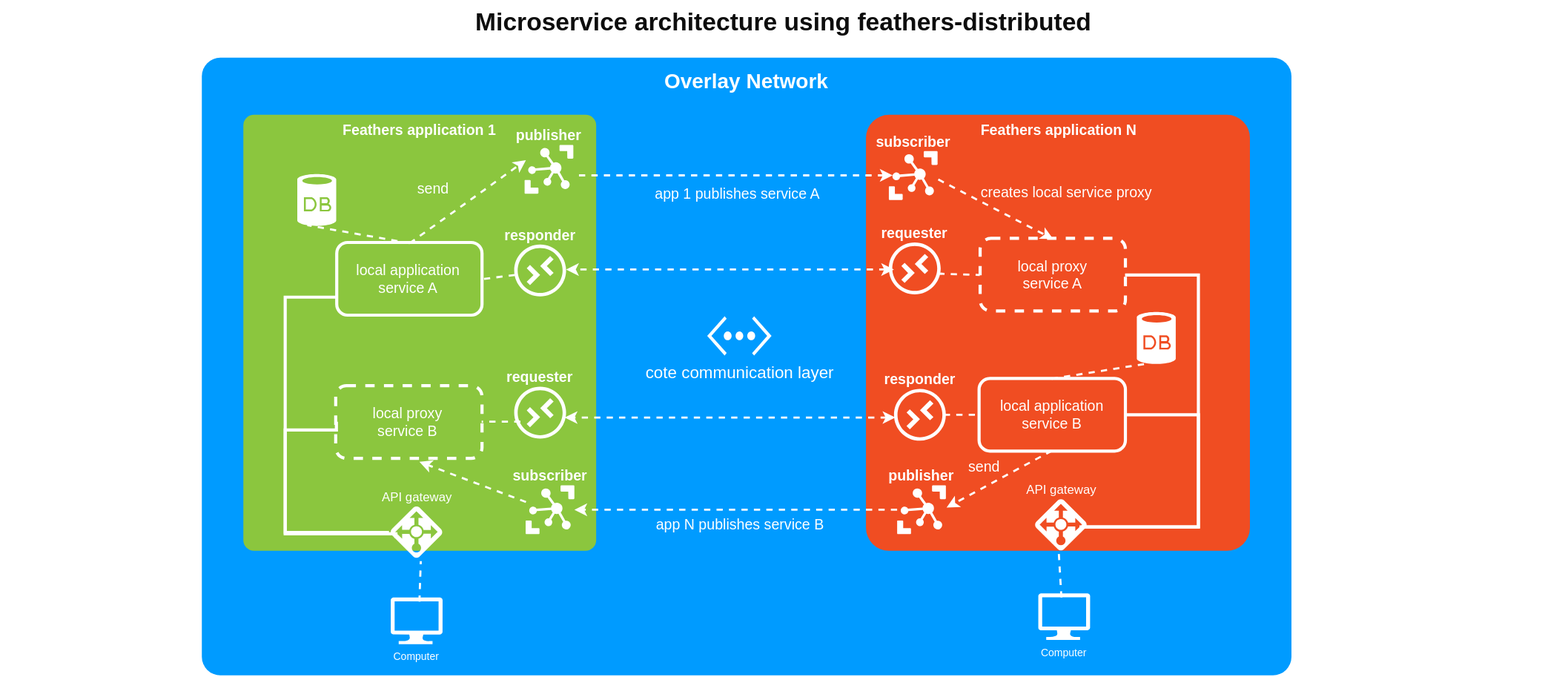
kalisio/feathers-distributed keeps this draw.io diagram as Architecture Diagram.svg. Above is the earlier version. Source tidied: cells renumbered, new cells last; positions are measured from the earlier drawing's top-left corner, leaving out a move shared by most shapes. Source of this version:
```xml
<mxGraphModel>
  <root>
    <mxCell id="0" style="html=1;" />
    <mxCell id="1" style="html=1;" parent="0" />
    <mxCell id="2" value="Overlay Network" style="whiteSpace=wrap;html=1;rounded=1;shadow=0;strokeColor=none;strokeWidth=2;fillColor=#009BFF;fontSize=20;fontColor=#FFFFFF;align=center;arcSize=3;verticalAlign=top;spacingTop=4;fontStyle=1;" parent="1" vertex="1">
      <mxGeometry x="194" y="55" width="1050" height="595" as="geometry" />
    </mxCell>
    <mxCell id="3" value="&lt;span&gt;&lt;font color=&quot;#ffffff&quot; style=&quot;font-size: 14px&quot;&gt;Feathers application 1&lt;/font&gt;&lt;/span&gt;" style="rounded=1;whiteSpace=wrap;html=1;shadow=0;strokeWidth=2;fillColor=#8BC63E;fontSize=14;fontColor=#000000;align=center;strokeColor=none;arcSize=3;verticalAlign=top;fontStyle=1;" parent="1" vertex="1">
      <mxGeometry x="234" y="110" width="340" height="420" as="geometry" />
    </mxCell>
    <mxCell id="4" value="Feathers application N" style="rounded=1;whiteSpace=wrap;html=1;shadow=0;strokeWidth=2;fillColor=#F04D22;fontSize=14;fontColor=#FFFFFF;align=center;strokeColor=none;arcSize=6;verticalAlign=top;fontStyle=1;" parent="1" vertex="1">
      <mxGeometry x="834" y="110" width="370" height="420" as="geometry" />
    </mxCell>
    <mxCell id="5" value="local proxy&lt;div&gt;service B&lt;/div&gt;" style="rounded=1;whiteSpace=wrap;html=1;shadow=0;strokeWidth=3;fillColor=none;fontSize=14;fontColor=#FFFFFF;align=center;strokeColor=#FFFFFF;dashed=1;" parent="1" vertex="1">
      <mxGeometry x="323" y="371" width="141" height="70" as="geometry" />
    </mxCell>
    <mxCell id="6" value="API gateway" style="shadow=0;dashed=0;html=1;strokeColor=none;labelPosition=center;verticalLabelPosition=top;verticalAlign=bottom;shape=mxgraph.mscae.cloud.azure_load_balancer_feature;fillColor=#FFFFFF;rounded=1;fontSize=12;fontColor=#FFFFFF;align=center;" parent="1" vertex="1">
      <mxGeometry x="376" y="487" width="50" height="50" as="geometry" />
    </mxCell>
    <mxCell id="7" style="edgeStyle=orthogonalEdgeStyle;rounded=0;elbow=vertical;html=1;startArrow=none;startFill=0;startSize=10;endArrow=none;endFill=0;endSize=10;strokeColor=#FFFFFF;strokeWidth=3;fontSize=20;fontColor=#FFFFFF;entryX=0;entryY=0.5;" parent="1" edge="1" target="5">
      <mxGeometry relative="1" as="geometry">
        <mxPoint x="374" y="512" as="sourcePoint" />
        <Array as="points">
          <mxPoint x="274" y="512" />
          <mxPoint x="274" y="414" />
        </Array>
      </mxGeometry>
    </mxCell>
    <mxCell id="8" style="edgeStyle=orthogonalEdgeStyle;rounded=0;elbow=vertical;html=1;startArrow=none;startFill=0;startSize=10;endArrow=none;endFill=0;endSize=10;strokeColor=#FFFFFF;strokeWidth=3;fontSize=20;fontColor=#FFFFFF;exitX=0.107;exitY=0.613;exitPerimeter=0;entryX=0;entryY=0.5;" parent="1" edge="1">
      <mxGeometry relative="1" as="geometry">
        <mxPoint x="381" y="517.7" as="sourcePoint" />
        <mxPoint x="323.7" y="285.7" as="targetPoint" />
        <Array as="points">
          <mxPoint x="274" y="514" />
          <mxPoint x="274" y="286" />
        </Array>
      </mxGeometry>
    </mxCell>
    <mxCell id="9" value="Computer" style="verticalLabelPosition=bottom;html=1;verticalAlign=top;strokeColor=none;fillColor=#FFFFFF;shape=mxgraph.azure.computer;rounded=0;shadow=0;fontSize=10;fontColor=#FFFFFF;align=center;labelPosition=center;" parent="1" vertex="1">
      <mxGeometry x="376" y="575" width="50" height="45" as="geometry" />
    </mxCell>
    <mxCell id="10" value="Microservice architecture using feathers-distributed" style="text;strokeColor=none;fillColor=none;html=1;fontSize=24;fontStyle=1;verticalAlign=middle;align=center;rounded=0;shadow=0;fontColor=#0D0D0D;" parent="1" vertex="1">
      <mxGeometry width="1510" height="40" as="geometry" />
    </mxCell>
    <mxCell id="11" value="local application&lt;div&gt;service A&lt;/div&gt;" style="rounded=1;whiteSpace=wrap;html=1;shadow=0;strokeWidth=3;fillColor=none;fontSize=14;fontColor=#FFFFFF;align=center;strokeColor=#FFFFFF;" parent="1" vertex="1">
      <mxGeometry x="324" y="233" width="140" height="70" as="geometry" />
    </mxCell>
    <mxCell id="12" style="verticalLabelPosition=bottom;html=1;verticalAlign=top;strokeColor=none;fillColor=#ffffff;shape=mxgraph.azure.database;shadow=0;dashed=1;labelBackgroundColor=none;fontSize=36;fontColor=#0D0D0D;align=center;" parent="1" vertex="1">
      <mxGeometry x="286" y="167" width="37.5" height="50" as="geometry" />
    </mxCell>
    <mxCell id="13" value="Computer" style="verticalLabelPosition=bottom;html=1;verticalAlign=top;strokeColor=none;fillColor=#FFFFFF;shape=mxgraph.azure.computer;rounded=0;shadow=0;fontSize=10;fontColor=#FFFFFF;align=center;labelPosition=center;" parent="1" vertex="1">
      <mxGeometry x="1000" y="571" width="50" height="45" as="geometry" />
    </mxCell>
    <mxCell id="14" style="endArrow=none;dashed=1;html=1;strokeColor=#FFFFFF;strokeWidth=2;fontSize=36;fontColor=#FFFFFF;fillColor=#ffffff;entryX=0.267;entryY=0.98;entryPerimeter=0;exitX=0.5;exitY=0;" parent="1" edge="1" source="11" target="12">
      <mxGeometry relative="1" as="geometry" />
    </mxCell>
    <mxCell id="15" value="responder" style="shadow=0;dashed=0;html=1;strokeColor=none;labelPosition=center;verticalLabelPosition=top;verticalAlign=bottom;shape=mxgraph.mscae.cloud.remoteapp;fillColor=#FFFFFF;labelBackgroundColor=none;fontSize=14;fontColor=#FFFFFF;align=center;fontStyle=1;horizontal=1;" parent="1" vertex="1">
      <mxGeometry x="495" y="235" width="50" height="50" as="geometry" />
    </mxCell>
    <mxCell id="16" value="cote communication layer" style="verticalLabelPosition=bottom;html=1;verticalAlign=top;strokeColor=none;fillColor=#ffffff;shape=mxgraph.azure.virtual_network;shadow=0;dashed=1;labelBackgroundColor=none;fontSize=16;fontColor=#FFFFFF;align=center;perimeterSpacing=0;strokeWidth=1;" parent="1" vertex="1">
      <mxGeometry x="681" y="304" width="62" height="38" as="geometry" />
    </mxCell>
    <mxCell id="17" value="requester" style="shadow=0;dashed=0;html=1;strokeColor=none;labelPosition=center;verticalLabelPosition=top;verticalAlign=bottom;shape=mxgraph.mscae.cloud.remoteapp;fillColor=#FFFFFF;labelBackgroundColor=none;fontSize=14;fontColor=#FFFFFF;align=center;fontStyle=1;horizontal=1;" parent="1" vertex="1">
      <mxGeometry x="495" y="372" width="50" height="50" as="geometry" />
    </mxCell>
    <mxCell id="18" style="endArrow=none;dashed=1;html=1;strokeColor=#FFFFFF;strokeWidth=2;fontSize=36;fontColor=#FFFFFF;fillColor=#ffffff;entryX=1;entryY=0.5;exitX=0.12;exitY=0.66;exitPerimeter=0;" parent="1" edge="1" source="17" target="5">
      <mxGeometry relative="1" as="geometry" />
    </mxCell>
    <mxCell id="19" style="endArrow=none;dashed=1;html=1;strokeColor=#FFFFFF;strokeWidth=2;fontSize=36;fontColor=#FFFFFF;fillColor=#ffffff;entryX=1;entryY=0.5;exitX=0.013;exitY=0.587;exitPerimeter=0;" parent="1" edge="1" source="15" target="11">
      <mxGeometry relative="1" as="geometry" />
    </mxCell>
    <mxCell id="20" value="local application&lt;div&gt;service B&lt;/div&gt;" style="rounded=1;whiteSpace=wrap;html=1;shadow=0;strokeWidth=3;fillColor=none;fontSize=14;fontColor=#FFFFFF;align=center;strokeColor=#FFFFFF;" parent="1" vertex="1">
      <mxGeometry x="943" y="364" width="141" height="70" as="geometry" />
    </mxCell>
    <mxCell id="21" value="API gateway" style="shadow=0;dashed=0;html=1;strokeColor=none;labelPosition=center;verticalLabelPosition=top;verticalAlign=bottom;shape=mxgraph.mscae.cloud.azure_load_balancer_feature;fillColor=#FFFFFF;rounded=1;fontSize=12;fontColor=#FFFFFF;align=center;" parent="1" vertex="1">
      <mxGeometry x="997" y="480" width="50" height="50" as="geometry" />
    </mxCell>
    <mxCell id="22" style="edgeStyle=orthogonalEdgeStyle;rounded=0;elbow=vertical;html=1;startArrow=none;startFill=0;startSize=10;endArrow=none;endFill=0;endSize=10;strokeColor=#FFFFFF;strokeWidth=3;fontSize=20;fontColor=#FFFFFF;entryX=1;entryY=0.5;exitX=0.933;exitY=0.54;exitPerimeter=0;" parent="1" edge="1" source="21" target="20">
      <mxGeometry relative="1" as="geometry">
        <Array as="points">
          <mxPoint x="1154" y="507" />
          <mxPoint x="1154" y="399" />
        </Array>
      </mxGeometry>
    </mxCell>
    <mxCell id="23" style="edgeStyle=orthogonalEdgeStyle;rounded=0;elbow=vertical;html=1;startArrow=none;startFill=0;startSize=10;endArrow=none;endFill=0;endSize=10;strokeColor=#FFFFFF;strokeWidth=3;fontSize=20;fontColor=#FFFFFF;exitX=0.853;exitY=0.54;exitPerimeter=0;entryX=1;entryY=0.5;" parent="1" edge="1" source="21" target="24">
      <mxGeometry relative="1" as="geometry">
        <Array as="points">
          <mxPoint x="1154" y="507" />
          <mxPoint x="1154" y="264" />
        </Array>
      </mxGeometry>
    </mxCell>
    <mxCell id="24" value="local proxy&lt;div&gt;service A&lt;/div&gt;" style="rounded=1;whiteSpace=wrap;html=1;shadow=0;strokeWidth=3;fillColor=none;fontSize=14;fontColor=#FFFFFF;align=center;strokeColor=#FFFFFF;dashed=1;" parent="1" vertex="1">
      <mxGeometry x="944" y="229" width="140" height="70" as="geometry" />
    </mxCell>
    <mxCell id="25" style="verticalLabelPosition=bottom;html=1;verticalAlign=top;strokeColor=none;fillColor=#ffffff;shape=mxgraph.azure.database;shadow=0;dashed=1;labelBackgroundColor=none;fontSize=36;fontColor=#0D0D0D;align=center;" parent="1" vertex="1">
      <mxGeometry x="1095" y="300" width="37.5" height="50" as="geometry" />
    </mxCell>
    <mxCell id="26" style="endArrow=none;dashed=1;html=1;strokeColor=#FFFFFF;strokeWidth=2;fontSize=36;fontColor=#FFFFFF;fillColor=#ffffff;entryX=0.267;entryY=0.98;entryPerimeter=0;exitX=0.5;exitY=0;" parent="1" edge="1" source="20" target="25">
      <mxGeometry relative="1" as="geometry" />
    </mxCell>
    <mxCell id="27" value="requester" style="shadow=0;dashed=0;html=1;strokeColor=none;labelPosition=center;verticalLabelPosition=top;verticalAlign=bottom;shape=mxgraph.mscae.cloud.remoteapp;fillColor=#FFFFFF;labelBackgroundColor=none;fontSize=14;fontColor=#FFFFFF;align=center;fontStyle=1;horizontal=1;" parent="1" vertex="1">
      <mxGeometry x="856" y="233" width="50" height="50" as="geometry" />
    </mxCell>
    <mxCell id="28" value="responder" style="shadow=0;dashed=0;html=1;strokeColor=none;labelPosition=center;verticalLabelPosition=top;verticalAlign=bottom;shape=mxgraph.mscae.cloud.remoteapp;fillColor=#FFFFFF;labelBackgroundColor=none;fontSize=14;fontColor=#FFFFFF;align=center;fontStyle=1;horizontal=1;" parent="1" vertex="1">
      <mxGeometry x="861" y="374" width="50" height="50" as="geometry" />
    </mxCell>
    <mxCell id="29" style="endArrow=none;dashed=1;html=1;strokeColor=#FFFFFF;strokeWidth=2;fontSize=36;fontColor=#FFFFFF;fillColor=#ffffff;entryX=0;entryY=0.5;exitX=0.967;exitY=0.5;exitPerimeter=0;" parent="1" edge="1" source="28" target="20">
      <mxGeometry relative="1" as="geometry" />
    </mxCell>
    <mxCell id="30" style="endArrow=none;dashed=1;html=1;strokeColor=#FFFFFF;strokeWidth=2;fontSize=36;fontColor=#FFFFFF;fillColor=#ffffff;entryX=0;entryY=0.5;exitX=0.953;exitY=0.613;exitPerimeter=0;" parent="1" edge="1" source="27" target="24">
      <mxGeometry relative="1" as="geometry" />
    </mxCell>
    <mxCell id="31" style="endArrow=none;dashed=1;html=1;strokeColor=#FFFFFF;strokeWidth=2;fontSize=36;fontColor=#FFFFFF;fillColor=#ffffff;exitX=0.553;exitY=0.089;exitPerimeter=0;" parent="1" edge="1" source="9">
      <mxGeometry relative="1" as="geometry">
        <mxPoint x="405" y="540" as="targetPoint" />
      </mxGeometry>
    </mxCell>
    <mxCell id="32" style="endArrow=none;dashed=1;html=1;strokeColor=#FFFFFF;strokeWidth=2;fontSize=36;fontColor=#FFFFFF;fillColor=#ffffff;exitX=0.447;exitY=0.089;exitPerimeter=0;entryX=0.5;entryY=1;" parent="1" edge="1" source="13" target="4">
      <mxGeometry relative="1" as="geometry" />
    </mxCell>
    <mxCell id="33" style="edgeStyle=orthogonalEdgeStyle;rounded=0;html=1;dashed=1;startArrow=none;startFill=0;endArrow=classic;endFill=1;jettySize=auto;strokeColor=#FFFFFF;strokeWidth=2;fontSize=14;fontColor=#FFFFFF;" parent="1" edge="1" source="35" target="36">
      <mxGeometry relative="1" as="geometry" />
    </mxCell>
    <mxCell id="34" value="&lt;span&gt;app N publishes service B&lt;/span&gt;" style="text;html=1;align=center;verticalAlign=top;labelBackgroundColor=none;fontSize=14;fontColor=#FFFFFF;labelPosition=center;verticalLabelPosition=top;" parent="33" vertex="1">
      <mxGeometry x="-0.02" y="-1" relative="1" as="geometry" />
    </mxCell>
    <mxCell id="35" value="publisher" style="shadow=0;dashed=0;html=1;strokeColor=none;labelPosition=center;verticalLabelPosition=top;verticalAlign=bottom;shape=mxgraph.mscae.cloud.iot;fillColor=#FFFFFF;labelBackgroundColor=none;fontSize=14;fontColor=#FFFFFF;align=center;fontStyle=1;" parent="1" vertex="1">
      <mxGeometry x="864" y="467" width="47" height="47" as="geometry" />
    </mxCell>
    <mxCell id="36" value="subscriber" style="shadow=0;dashed=0;html=1;strokeColor=none;labelPosition=center;verticalLabelPosition=top;verticalAlign=bottom;shape=mxgraph.mscae.cloud.iot;fillColor=#FFFFFF;labelBackgroundColor=none;fontSize=14;fontColor=#FFFFFF;align=center;fontStyle=1;" parent="1" vertex="1">
      <mxGeometry x="506" y="467" width="47" height="47" as="geometry" />
    </mxCell>
    <mxCell id="37" style="edgeStyle=orthogonalEdgeStyle;rounded=0;html=1;dashed=1;startArrow=classic;startFill=1;endArrow=classic;endFill=1;jettySize=auto;strokeColor=#FFFFFF;strokeWidth=2;fontSize=14;fontColor=#FFFFFF;exitX=0.027;exitY=0.553;exitPerimeter=0;entryX=0.973;entryY=0.593;entryPerimeter=0;" parent="1" edge="1" source="28" target="17">
      <mxGeometry relative="1" as="geometry" />
    </mxCell>
    <mxCell id="38" style="edgeStyle=orthogonalEdgeStyle;rounded=0;html=1;dashed=1;startArrow=classic;startFill=1;endArrow=classic;endFill=1;jettySize=auto;strokeColor=#FFFFFF;strokeWidth=2;fontSize=14;fontColor=#FFFFFF;exitX=0.1;exitY=0.527;exitPerimeter=0;entryX=1;entryY=0.48;entryPerimeter=0;" parent="1" edge="1" source="27" target="15">
      <mxGeometry relative="1" as="geometry" />
    </mxCell>
    <mxCell id="39" value="subscriber" style="shadow=0;dashed=0;html=1;strokeColor=none;labelPosition=center;verticalLabelPosition=top;verticalAlign=bottom;shape=mxgraph.mscae.cloud.iot;fillColor=#FFFFFF;labelBackgroundColor=none;fontSize=14;fontColor=#FFFFFF;align=center;fontStyle=1;" parent="1" vertex="1">
      <mxGeometry x="856" y="145" width="47" height="47" as="geometry" />
    </mxCell>
    <mxCell id="40" value="publisher" style="shadow=0;dashed=0;html=1;strokeColor=none;labelPosition=center;verticalLabelPosition=top;verticalAlign=bottom;shape=mxgraph.mscae.cloud.iot;fillColor=#FFFFFF;labelBackgroundColor=none;fontSize=14;fontColor=#FFFFFF;align=center;fontStyle=1;" parent="1" vertex="1">
      <mxGeometry x="505" y="139" width="47" height="47" as="geometry" />
    </mxCell>
    <mxCell id="41" style="edgeStyle=orthogonalEdgeStyle;rounded=0;html=1;dashed=1;startArrow=classic;startFill=1;endArrow=none;endFill=0;jettySize=auto;strokeColor=#FFFFFF;strokeWidth=2;fontSize=14;fontColor=#FFFFFF;exitX=0.078;exitY=0.496;exitPerimeter=0;entryX=1.021;entryY=0.631;entryPerimeter=0;" parent="1" edge="1" source="39" target="40">
      <mxGeometry relative="1" as="geometry" />
    </mxCell>
    <mxCell id="42" value="app 1 publishes service A" style="text;html=1;align=center;verticalAlign=top;labelBackgroundColor=none;fontSize=14;fontColor=#FFFFFF;labelPosition=center;verticalLabelPosition=top;" parent="41" vertex="1">
      <mxGeometry x="-0.03" y="3" relative="1" as="geometry" />
    </mxCell>
    <mxCell id="43" style="endArrow=classic;html=1;dashed=1;strokeColor=#FFFFFF;strokeWidth=2;fontSize=14;fontColor=#FFFFFF;exitX=1.014;exitY=0.582;exitPerimeter=0;entryX=0.5;entryY=0;" parent="1" edge="1" source="39" target="24">
      <mxGeometry relative="1" as="geometry" />
    </mxCell>
    <mxCell id="44" value="creates local service proxy" style="text;html=1;align=left;verticalAlign=bottom;labelBackgroundColor=none;fontSize=14;fontColor=#FFFFFF;labelPosition=right;verticalLabelPosition=middle;" parent="43" vertex="1">
      <mxGeometry x="-0.28" y="1" relative="1" as="geometry">
        <mxPoint x="-1" as="offset" />
      </mxGeometry>
    </mxCell>
    <mxCell id="45" style="endArrow=classic;html=1;dashed=1;strokeColor=#FFFFFF;strokeWidth=2;fontSize=14;fontColor=#FFFFFF;exitX=0.007;exitY=0.34;exitPerimeter=0;entryX=0.572;entryY=1.048;entryPerimeter=0;" parent="1" edge="1" source="36" target="5">
      <mxGeometry relative="1" as="geometry" />
    </mxCell>
    <mxCell id="46" style="endArrow=classic;html=1;dashed=1;strokeColor=#FFFFFF;strokeWidth=2;fontSize=14;fontColor=#FFFFFF;exitX=0.5;exitY=0;entryX=0.028;entryY=0.312;entryPerimeter=0;labelPosition=center;verticalLabelPosition=top;align=center;verticalAlign=bottom;" parent="1" edge="1" source="11" target="40">
      <mxGeometry relative="1" as="geometry" />
    </mxCell>
    <mxCell id="47" value="&lt;div&gt;&lt;div&gt;send&lt;/div&gt;&lt;/div&gt;&lt;div&gt;&lt;br&gt;&lt;/div&gt;" style="text;html=1;align=right;verticalAlign=bottom;labelBackgroundColor=none;fontSize=14;fontColor=#FFFFFF;labelPosition=left;verticalLabelPosition=middle;horizontal=1;" parent="46" vertex="1">
      <mxGeometry x="-0.28" y="1" relative="1" as="geometry">
        <mxPoint x="-1" as="offset" />
      </mxGeometry>
    </mxCell>
    <mxCell id="48" style="endArrow=classic;html=1;dashed=1;strokeColor=#FFFFFF;strokeWidth=2;fontSize=14;fontColor=#FFFFFF;exitX=0.5;exitY=1;entryX=1.014;entryY=0.454;entryPerimeter=0;labelPosition=center;verticalLabelPosition=top;align=center;verticalAlign=bottom;" parent="1" edge="1" source="20" target="35">
      <mxGeometry relative="1" as="geometry" />
    </mxCell>
    <mxCell id="49" value="&lt;div&gt;&lt;div&gt;send&lt;/div&gt;&lt;/div&gt;&lt;div&gt;&lt;br&gt;&lt;/div&gt;" style="text;html=1;align=right;verticalAlign=middle;labelBackgroundColor=none;fontSize=14;fontColor=#FFFFFF;labelPosition=left;verticalLabelPosition=middle;horizontal=1;" parent="48" vertex="1">
      <mxGeometry x="-0.28" y="1" relative="1" as="geometry">
        <mxPoint x="-13" y="1" as="offset" />
      </mxGeometry>
    </mxCell>
  </root>
</mxGraphModel>
```
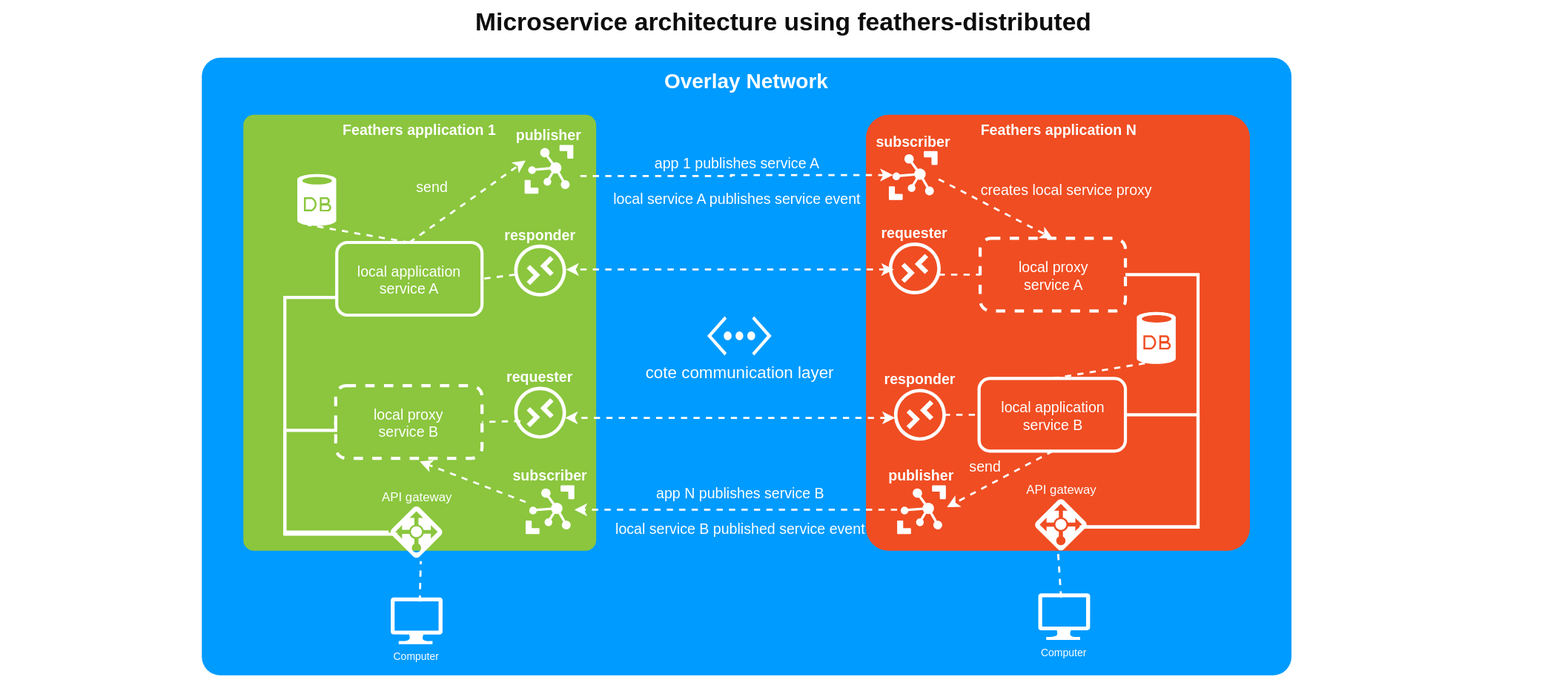
After the change.

What changed in the source:
```diff
@@ -123,7 +123,7 @@
     <mxCell id="33" style="edgeStyle=orthogonalEdgeStyle;rounded=0;html=1;dashed=1;startArrow=none;startFill=0;endArrow=classic;endFill=1;jettySize=auto;strokeColor=#FFFFFF;strokeWidth=2;fontSize=14;fontColor=#FFFFFF;" parent="1" edge="1" source="35" target="36">
       <mxGeometry relative="1" as="geometry" />
     </mxCell>
-    <mxCell id="34" value="&lt;span&gt;app N publishes service B&lt;/span&gt;" style="text;html=1;align=center;verticalAlign=top;labelBackgroundColor=none;fontSize=14;fontColor=#FFFFFF;labelPosition=center;verticalLabelPosition=top;" parent="33" vertex="1">
+    <mxCell id="34" value="&lt;span&gt;app N publishes service B&lt;/span&gt;&lt;div&gt;&lt;span&gt;&lt;br&gt;&lt;/span&gt;&lt;/div&gt;&lt;div&gt;local service B published service event&lt;/div&gt;" style="text;html=1;align=center;verticalAlign=middle;labelBackgroundColor=none;fontSize=14;fontColor=#FFFFFF;labelPosition=center;verticalLabelPosition=top;" parent="33" vertex="1">
       <mxGeometry x="-0.02" y="-1" relative="1" as="geometry" />
     </mxCell>
     <mxCell id="35" value="publisher" style="shadow=0;dashed=0;html=1;strokeColor=none;labelPosition=center;verticalLabelPosition=top;verticalAlign=bottom;shape=mxgraph.mscae.cloud.iot;fillColor=#FFFFFF;labelBackgroundColor=none;fontSize=14;fontColor=#FFFFFF;align=center;fontStyle=1;" parent="1" vertex="1">
@@ -147,7 +147,7 @@
     <mxCell id="41" style="edgeStyle=orthogonalEdgeStyle;rounded=0;html=1;dashed=1;startArrow=classic;startFill=1;endArrow=none;endFill=0;jettySize=auto;strokeColor=#FFFFFF;strokeWidth=2;fontSize=14;fontColor=#FFFFFF;exitX=0.078;exitY=0.496;exitPerimeter=0;entryX=1.021;entryY=0.631;entryPerimeter=0;" parent="1" edge="1" source="39" target="40">
       <mxGeometry relative="1" as="geometry" />
     </mxCell>
-    <mxCell id="42" value="app 1 publishes service A" style="text;html=1;align=center;verticalAlign=top;labelBackgroundColor=none;fontSize=14;fontColor=#FFFFFF;labelPosition=center;verticalLabelPosition=top;" parent="41" vertex="1">
+    <mxCell id="42" value="app 1 publishes service A&lt;div&gt;&lt;br&gt;&lt;/div&gt;&lt;div&gt;local service A publishes service event&lt;/div&gt;" style="text;html=1;align=center;verticalAlign=middle;labelBackgroundColor=none;fontSize=14;fontColor=#FFFFFF;labelPosition=center;verticalLabelPosition=middle;" parent="41" vertex="1">
       <mxGeometry x="-0.03" y="3" relative="1" as="geometry" />
     </mxCell>
     <mxCell id="43" style="endArrow=classic;html=1;dashed=1;strokeColor=#FFFFFF;strokeWidth=2;fontSize=14;fontColor=#FFFFFF;exitX=1.014;exitY=0.582;exitPerimeter=0;entryX=0.5;entryY=0;" parent="1" edge="1" source="39" target="24">
```
